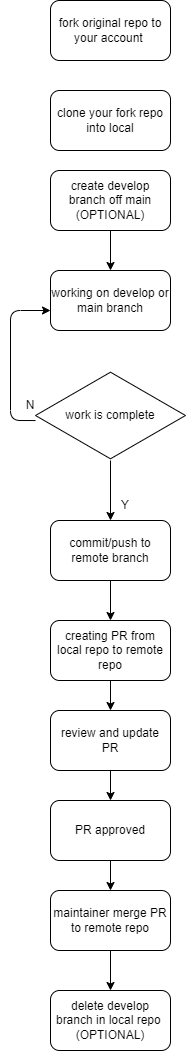
arithdon/git-intro keeps this draw.io diagram as doc/data/git_workflow_forking.drawio.png. Above is the earlier version. Source tidied: cells renumbered, new cells last; positions are measured from the earlier drawing's top-left corner, leaving out a move shared by most shapes.
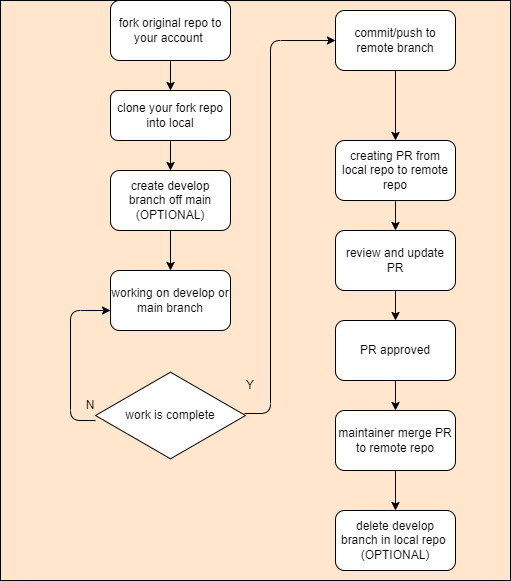
Later version of the same file.

Commit message:
Update workflow diagram

Change to the diagram source:
```diff
@@ -2,6 +2,9 @@
   <root>
     <mxCell id="0" />
     <mxCell id="1" parent="0" />
+    <mxCell id="23" style="rounded=0;whiteSpace=wrap;html=1;fillColor=#FFE6CC;" parent="1" vertex="1">
+      <mxGeometry x="-60" width="510" height="580" as="geometry" />
+    </mxCell>
     <mxCell id="2" style="edgeStyle=none;html=1;" parent="1" edge="1" source="3" target="4">
       <mxGeometry relative="1" as="geometry" />
     </mxCell>
@@ -11,8 +14,13 @@
     <mxCell id="4" value="working on develop or main branch" style="rounded=1;whiteSpace=wrap;html=1;" parent="1" vertex="1">
       <mxGeometry x="50" y="270" width="120" height="60" as="geometry" />
     </mxCell>
-    <mxCell id="5" style="edgeStyle=none;html=1;" parent="1" edge="1" source="6" target="10">
-      <mxGeometry relative="1" as="geometry" />
+    <mxCell id="5" style="edgeStyle=none;html=1;exitX=0.993;exitY=0.478;exitDx=0;exitDy=0;exitPerimeter=0;" parent="1" edge="1" source="6" target="10">
+      <mxGeometry relative="1" as="geometry">
+        <Array as="points">
+          <mxPoint x="210" y="413" />
+          <mxPoint x="210" y="40" />
+        </Array>
+      </mxGeometry>
     </mxCell>
     <mxCell id="6" value="work is complete" style="html=1;whiteSpace=wrap;shape=isoRectangle;" parent="1" vertex="1">
       <mxGeometry x="35" y="370" width="150" height="90" as="geometry" />
@@ -33,43 +41,49 @@
       <mxGeometry relative="1" as="geometry" />
     </mxCell>
     <mxCell id="10" value="commit/push to remote branch" style="rounded=1;whiteSpace=wrap;html=1;" parent="1" vertex="1">
-      <mxGeometry x="50" y="520" width="120" height="60" as="geometry" />
+      <mxGeometry x="275" y="10" width="120" height="60" as="geometry" />
     </mxCell>
-    <mxCell id="11" value="Y" style="text;html=1;strokeColor=none;fillColor=none;align=center;verticalAlign=middle;whiteSpace=wrap;rounded=0;" parent="1" vertex="1">
-      <mxGeometry x="95" y="490" width="60" height="30" as="geometry" />
-    </mxCell>
     <mxCell id="12" style="edgeStyle=none;html=1;" parent="1" edge="1" source="13" target="15">
       <mxGeometry relative="1" as="geometry" />
     </mxCell>
     <mxCell id="13" value="creating PR from local repo to remote repo" style="rounded=1;whiteSpace=wrap;html=1;" parent="1" vertex="1">
-      <mxGeometry x="50" y="620" width="120" height="60" as="geometry" />
+      <mxGeometry x="275" y="140" width="120" height="60" as="geometry" />
     </mxCell>
     <mxCell id="14" style="edgeStyle=none;html=1;" parent="1" edge="1" source="15" target="17">
       <mxGeometry relative="1" as="geometry" />
     </mxCell>
     <mxCell id="15" value="review and update PR" style="rounded=1;whiteSpace=wrap;html=1;" parent="1" vertex="1">
-      <mxGeometry x="50" y="710" width="120" height="60" as="geometry" />
+      <mxGeometry x="275" y="230" width="120" height="60" as="geometry" />
     </mxCell>
     <mxCell id="16" style="edgeStyle=none;html=1;" parent="1" edge="1" source="17" target="19">
       <mxGeometry relative="1" as="geometry" />
     </mxCell>
     <mxCell id="17" value="PR approved" style="rounded=1;whiteSpace=wrap;html=1;" parent="1" vertex="1">
-      <mxGeometry x="50" y="800" width="120" height="60" as="geometry" />
+      <mxGeometry x="275" y="320" width="120" height="60" as="geometry" />
     </mxCell>
     <mxCell id="18" style="edgeStyle=none;html=1;" parent="1" edge="1" source="19" target="20">
       <mxGeometry relative="1" as="geometry" />
     </mxCell>
     <mxCell id="19" value="maintainer merge PR to remote repo" style="rounded=1;whiteSpace=wrap;html=1;" parent="1" vertex="1">
-      <mxGeometry x="50" y="890" width="120" height="60" as="geometry" />
+      <mxGeometry x="275" y="410" width="120" height="60" as="geometry" />
     </mxCell>
     <mxCell id="20" value="delete develop branch in local repo&amp;nbsp;&lt;br&gt;(OPTIONAL)" style="rounded=1;whiteSpace=wrap;html=1;" parent="1" vertex="1">
-      <mxGeometry x="50" y="990" width="120" height="60" as="geometry" />
+      <mxGeometry x="275" y="510" width="120" height="60" as="geometry" />
     </mxCell>
+    <mxCell id="24" style="edgeStyle=none;html=1;" parent="1" edge="1" source="21" target="22">
+      <mxGeometry relative="1" as="geometry" />
+    </mxCell>
     <mxCell id="21" value="fork original repo to your account&amp;nbsp;" style="rounded=1;whiteSpace=wrap;html=1;" parent="1" vertex="1">
       <mxGeometry x="50" width="120" height="60" as="geometry" />
     </mxCell>
+    <mxCell id="25" style="edgeStyle=none;html=1;" parent="1" edge="1" source="22" target="3">
+      <mxGeometry relative="1" as="geometry" />
+    </mxCell>
     <mxCell id="22" value="clone your fork repo into local" style="rounded=1;whiteSpace=wrap;html=1;" parent="1" vertex="1">
-      <mxGeometry x="50" y="90" width="120" height="60" as="geometry" />
+      <mxGeometry x="50" y="90" width="120" height="50" as="geometry" />
     </mxCell>
+    <mxCell id="11" value="Y" style="text;html=1;strokeColor=none;fillColor=none;align=center;verticalAlign=middle;whiteSpace=wrap;rounded=0;" parent="1" vertex="1">
+      <mxGeometry x="160" y="370" width="60" height="30" as="geometry" />
+    </mxCell>
   </root>
 </mxGraphModel>
```
